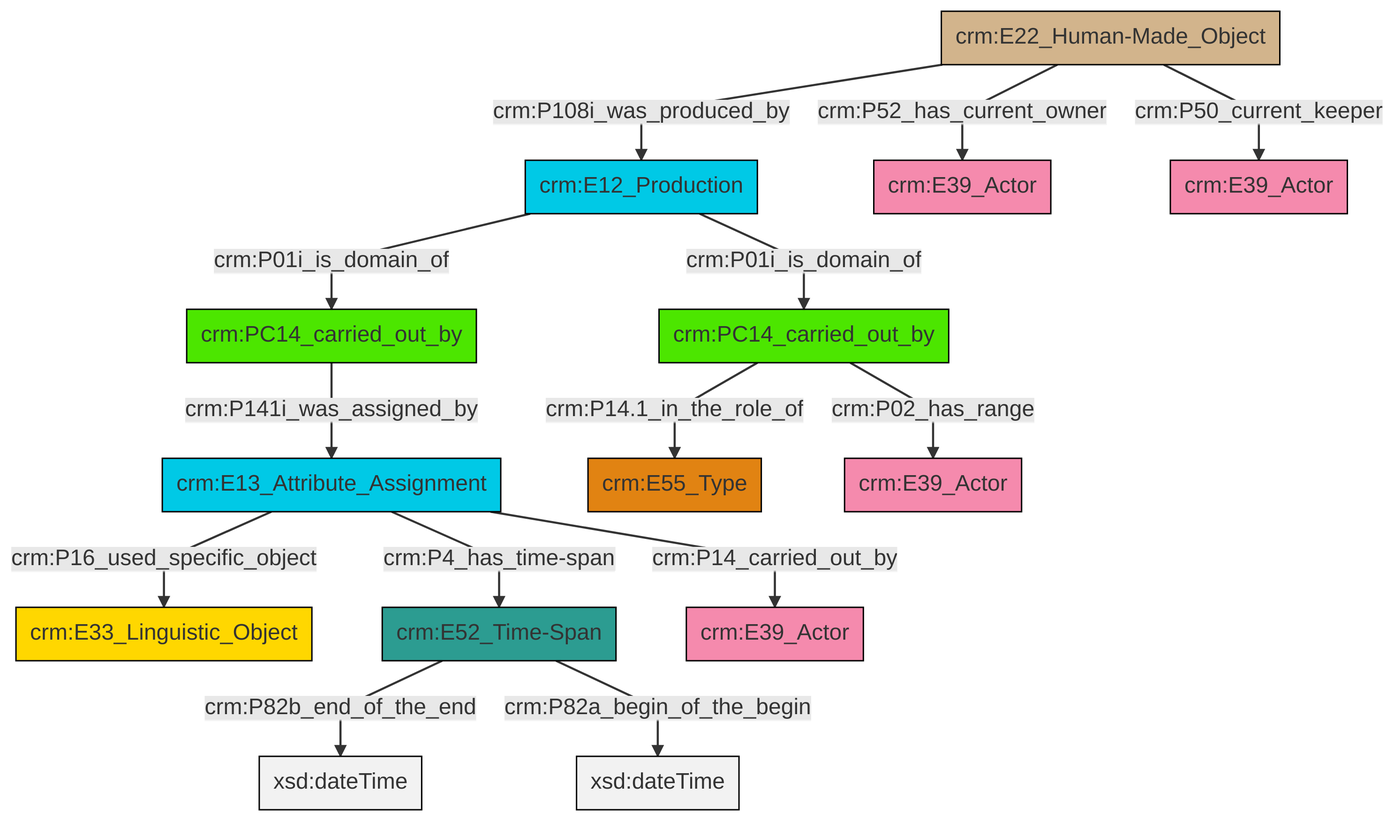
The Mermaid diagram et/carrierCSV/ttl/mmd/png/carrier_relations.png in swiss-art-research-net/docs.swissartresearch, before a commit. Its source is kept beside it as et/carrierCSV/ttl/mmd/carrier_relations.ttl.mmd.
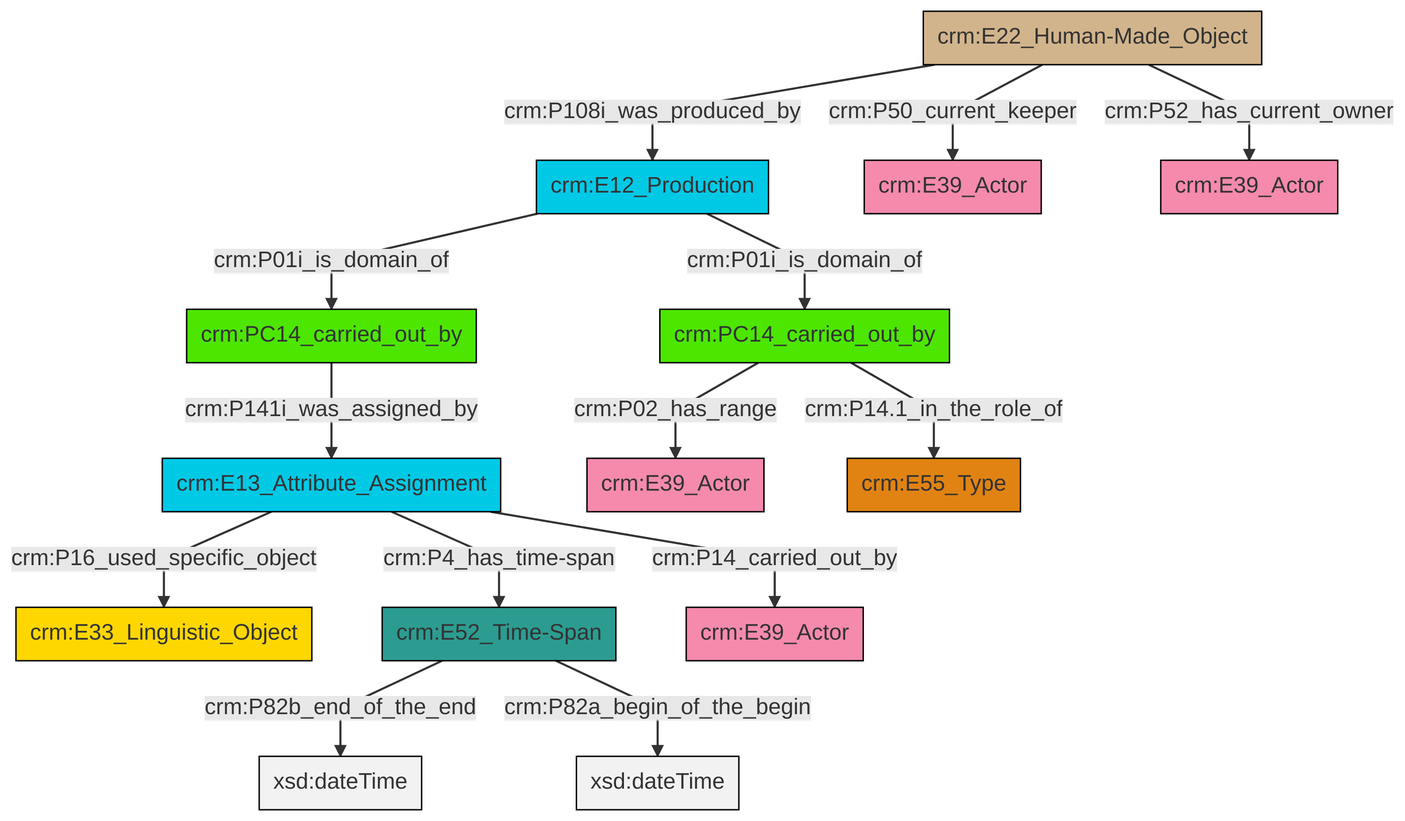
After the change.

Change to the diagram source:
```diff
@@ -13,16 +13,16 @@
 classDef PC_Classes fill:#4ce600, stroke:#000000;
 classDef Multi fill:#cccccc,stroke:#000000;
 
-8["crm:E13_Attribute_Assignment"]:::Temporal_Entity -->|crm:P4_has_time-span| 6["crm:E52_Time-Span"]:::Time-Span
-14["crm:E22_Human-Made_Object"]:::Physical_Thing -->|crm:P52_has_current_owner| 9["crm:E39_Actor"]:::Actor
-8["crm:E13_Attribute_Assignment"]:::Temporal_Entity -->|crm:P16_used_specific_object| 0["crm:E33_Linguistic_Object"]:::Conceptual_Object
-16["crm:PC14_carried_out_by"]:::PC_Classes -->|crm:P14.1_in_the_role_of| 18["crm:E55_Type"]:::Type
-14["crm:E22_Human-Made_Object"]:::Physical_Thing -->|crm:P108i_was_produced_by| 4["crm:E12_Production"]:::Temporal_Entity
-6["crm:E52_Time-Span"]:::Time-Span -->|crm:P82b_end_of_the_end| 20[xsd:dateTime]:::Literal
-16["crm:PC14_carried_out_by"]:::PC_Classes -->|crm:P02_has_range| 21["crm:E39_Actor"]:::Actor
-2["crm:PC14_carried_out_by"]:::PC_Classes -->|crm:P141i_was_assigned_by| 8["crm:E13_Attribute_Assignment"]:::Temporal_Entity
-4["crm:E12_Production"]:::Temporal_Entity -->|crm:P01i_is_domain_of| 16["crm:PC14_carried_out_by"]:::PC_Classes
-8["crm:E13_Attribute_Assignment"]:::Temporal_Entity -->|crm:P14_carried_out_by| 23["crm:E39_Actor"]:::Actor
-6["crm:E52_Time-Span"]:::Time-Span -->|crm:P82a_begin_of_the_begin| 25[xsd:dateTime]:::Literal
-14["crm:E22_Human-Made_Object"]:::Physical_Thing -->|crm:P50_current_keeper| 12["crm:E39_Actor"]:::Actor
-4["crm:E12_Production"]:::Temporal_Entity -->|crm:P01i_is_domain_of| 2["crm:PC14_carried_out_by"]:::PC_Classes
+0["crm:E12_Production"]:::Temporal_Entity -->|crm:P01i_is_domain_of| 1["crm:PC14_carried_out_by"]:::PC_Classes
+2["crm:E13_Attribute_Assignment"]:::Temporal_Entity -->|crm:P16_used_specific_object| 3["crm:E33_Linguistic_Object"]:::Conceptual_Object
+6["crm:E52_Time-Span"]:::Time-Span -->|crm:P82b_end_of_the_end| 13[xsd:dateTime]:::Literal
+2["crm:E13_Attribute_Assignment"]:::Temporal_Entity -->|crm:P4_has_time-span| 6["crm:E52_Time-Span"]:::Time-Span
+1["crm:PC14_carried_out_by"]:::PC_Classes -->|crm:P14.1_in_the_role_of| 16["crm:E55_Type"]:::Type
+17["crm:PC14_carried_out_by"]:::PC_Classes -->|crm:P141i_was_assigned_by| 2["crm:E13_Attribute_Assignment"]:::Temporal_Entity
+18["crm:E22_Human-Made_Object"]:::Physical_Thing -->|crm:P50_current_keeper| 4["crm:E39_Actor"]:::Actor
+18["crm:E22_Human-Made_Object"]:::Physical_Thing -->|crm:P52_has_current_owner| 8["crm:E39_Actor"]:::Actor
+2["crm:E13_Attribute_Assignment"]:::Temporal_Entity -->|crm:P14_carried_out_by| 10["crm:E39_Actor"]:::Actor
+1["crm:PC14_carried_out_by"]:::PC_Classes -->|crm:P02_has_range| 14["crm:E39_Actor"]:::Actor
+18["crm:E22_Human-Made_Object"]:::Physical_Thing -->|crm:P108i_was_produced_by| 0["crm:E12_Production"]:::Temporal_Entity
+0["crm:E12_Production"]:::Temporal_Entity -->|crm:P01i_is_domain_of| 17["crm:PC14_carried_out_by"]:::PC_Classes
+6["crm:E52_Time-Span"]:::Time-Span -->|crm:P82a_begin_of_the_begin| 22[xsd:dateTime]:::Literal
```
